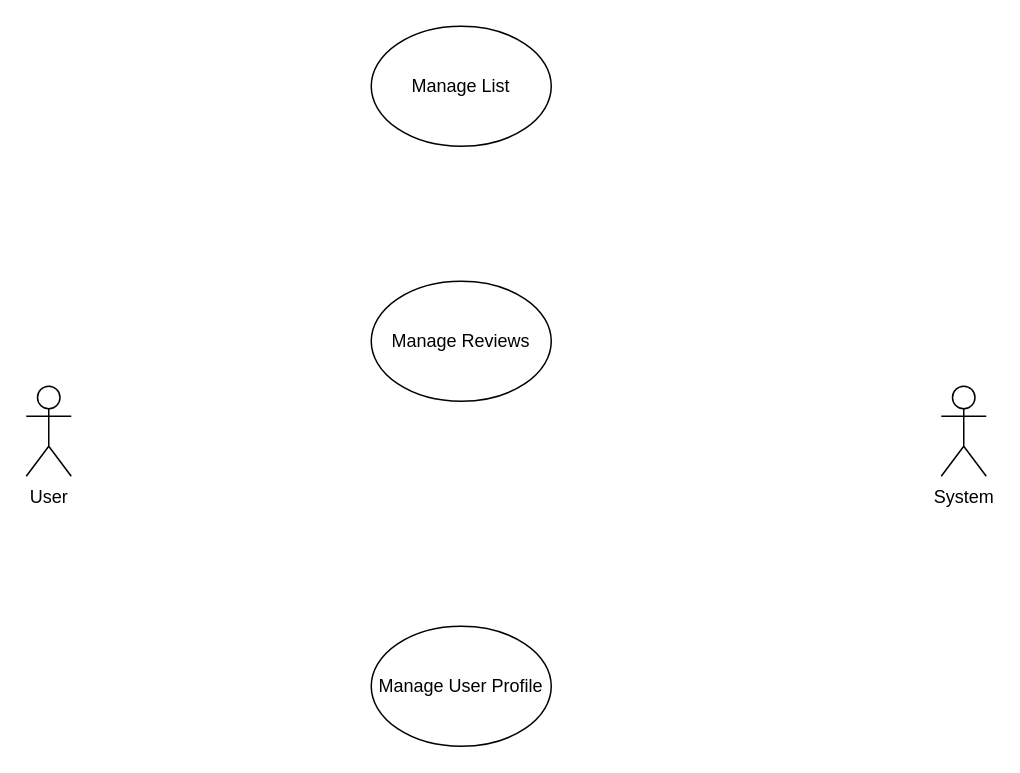
randyisalive/MovieList-FinalProject keeps this draw.io diagram as Use Case Diagram - MovieList.drawio. Above is the earlier version. Source tidied: cells renumbered, new cells numbered last; positions are measured from the earlier drawing's top-left corner, leaving out a move shared by most shapes. Both pictures are drawn from the tidied source at 150%, with x=0, y=0 at pixel (26, 26).
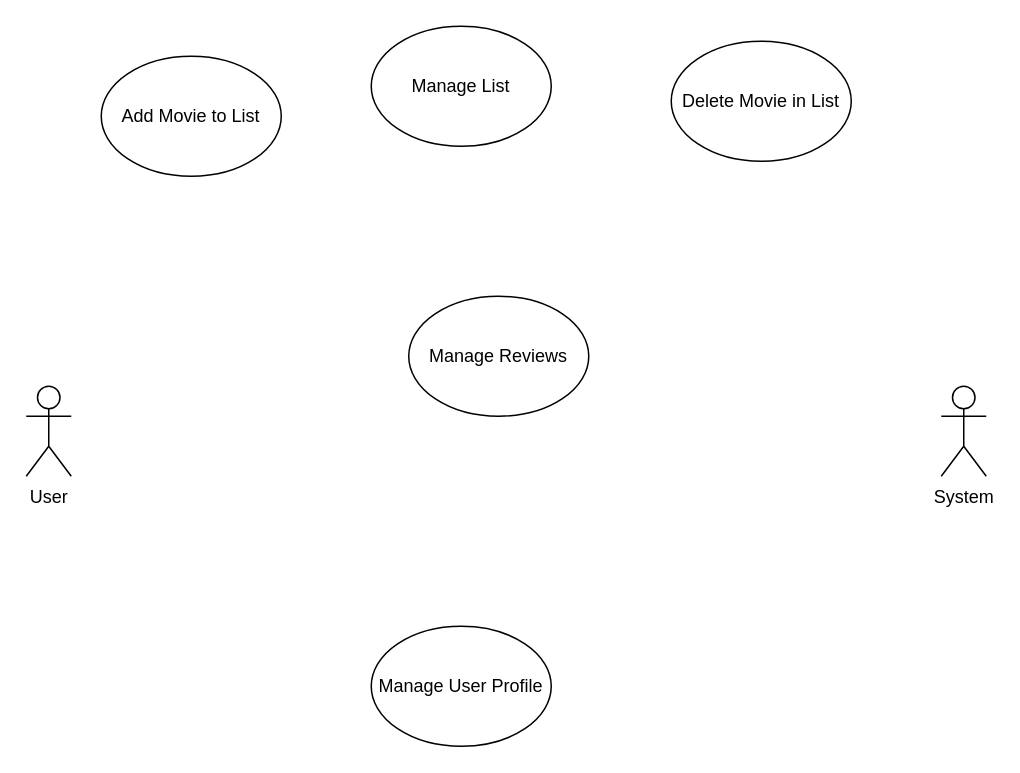
The same diagram, later.

What changed in the source:
```diff
@@
 <mxGraphModel>
   <root>
     <mxCell id="0" />
     <mxCell id="1" parent="0" />
     <mxCell id="2" value="User" style="shape=umlActor;verticalLabelPosition=bottom;verticalAlign=top;html=1;" parent="1" vertex="1">
       <mxGeometry y="240" width="30" height="60" as="geometry" />
     </mxCell>
     <mxCell id="3" value="System" style="shape=umlActor;verticalLabelPosition=bottom;verticalAlign=top;html=1;" parent="1" vertex="1">
       <mxGeometry x="610" y="240" width="30" height="60" as="geometry" />
     </mxCell>
     <mxCell id="4" value="Manage List" style="ellipse;whiteSpace=wrap;html=1;" parent="1" vertex="1">
       <mxGeometry x="230" width="120" height="80" as="geometry" />
     </mxCell>
     <mxCell id="5" value="Manage Reviews" style="ellipse;whiteSpace=wrap;html=1;" parent="1" vertex="1">
-      <mxGeometry x="230" y="170" width="120" height="80" as="geometry" />
+      <mxGeometry x="255" y="180" width="120" height="80" as="geometry" />
     </mxCell>
     <mxCell id="6" value="Manage User Profile" style="ellipse;whiteSpace=wrap;html=1;" parent="1" vertex="1">
       <mxGeometry x="230" y="400" width="120" height="80" as="geometry" />
     </mxCell>
+    <mxCell id="7" value="Add Movie to List" style="ellipse;whiteSpace=wrap;html=1;" parent="1" vertex="1">
+      <mxGeometry x="50" y="20" width="120" height="80" as="geometry" />
+    </mxCell>
+    <mxCell id="8" value="Delete Movie in List" style="ellipse;whiteSpace=wrap;html=1;" parent="1" vertex="1">
+      <mxGeometry x="430" y="10" width="120" height="80" as="geometry" />
+    </mxCell>
   </root>
 </mxGraphModel>
```
